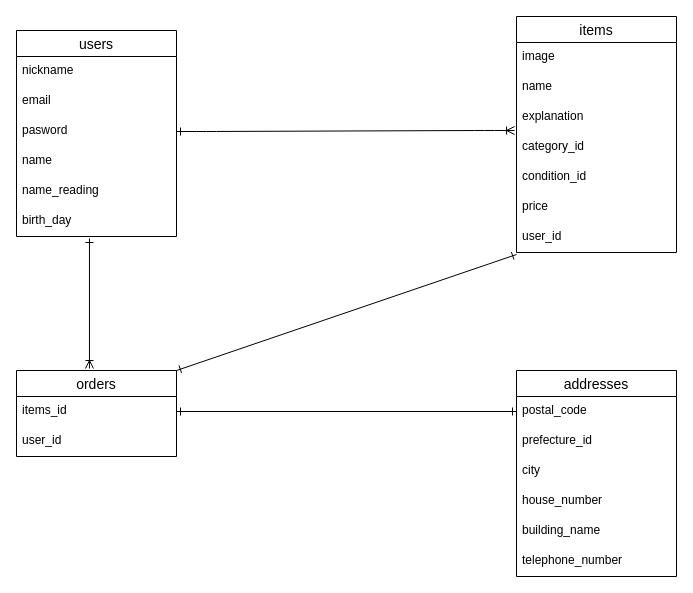
This is test.dio from naoki-shiogao/furima-39541, a draw.io file, before an edit. Source tidied: cells renumbered, new cells numbered last; positions are measured from the earlier drawing's top-left corner, leaving out a move shared by most shapes. Both pictures are drawn from the tidied source at 100%, with x=0, y=0 at pixel (16, 16).
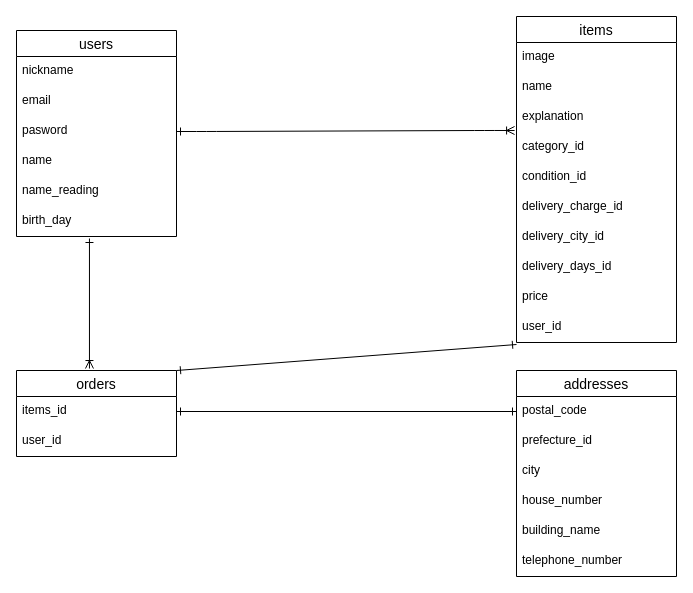
After the change.

Commit message (it also covers changes not shown here):
データベース再設計

The edit, as a diff of the source:
```diff
@@
     <mxCell id="9" value="items" style="swimlane;fontStyle=0;horizontal=1;startSize=26;align=center;fontSize=14;" parent="1" vertex="1">
-      <mxGeometry x="500" width="160" height="236" as="geometry" />
+      <mxGeometry x="500" width="160" height="326" as="geometry" />
     </mxCell>
@@
+    <mxCell id="31" value="delivery_charge_id" style="text;strokeColor=none;fillColor=none;spacingLeft=4;spacingRight=4;overflow=hidden;fontSize=12;" parent="9" vertex="1">
+      <mxGeometry y="176" width="160" height="30" as="geometry" />
+    </mxCell>
+    <mxCell id="32" value="delivery_city_id" style="text;strokeColor=none;fillColor=none;spacingLeft=4;spacingRight=4;overflow=hidden;fontSize=12;" parent="9" vertex="1">
+      <mxGeometry y="206" width="160" height="30" as="geometry" />
+    </mxCell>
+    <mxCell id="33" value="delivery_days_id" style="text;strokeColor=none;fillColor=none;spacingLeft=4;spacingRight=4;overflow=hidden;fontSize=12;" parent="9" vertex="1">
+      <mxGeometry y="236" width="160" height="30" as="geometry" />
+    </mxCell>
     <mxCell id="15" value="price" style="text;strokeColor=none;fillColor=none;spacingLeft=4;spacingRight=4;overflow=hidden;fontSize=12;" parent="9" vertex="1">
-      <mxGeometry y="176" width="160" height="30" as="geometry" />
+      <mxGeometry y="266" width="160" height="30" as="geometry" />
     </mxCell>
     <mxCell id="16" value="user_id" style="text;strokeColor=none;fillColor=none;spacingLeft=4;spacingRight=4;overflow=hidden;points=[[0,0.5],[1,0.5]];portConstraint=eastwest;fontSize=12;" parent="9" vertex="1">
-      <mxGeometry y="206" width="160" height="30" as="geometry" />
+      <mxGeometry y="296" width="160" height="30" as="geometry" />
     </mxCell>
```
